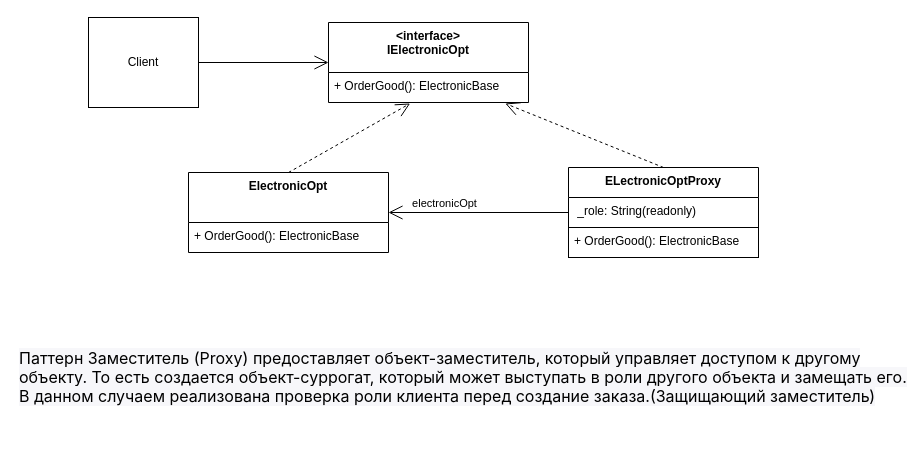
This is Диаграмма без названия2.drawio from FoodForPowder/OOAP1, a draw.io file, before an edit. Source tidied: cells renumbered, new cells numbered last; positions are measured from the earlier drawing's top-left corner, leaving out a move shared by most shapes. Both pictures are drawn from the tidied source at 100%, with x=0, y=0 at pixel (17, 17).
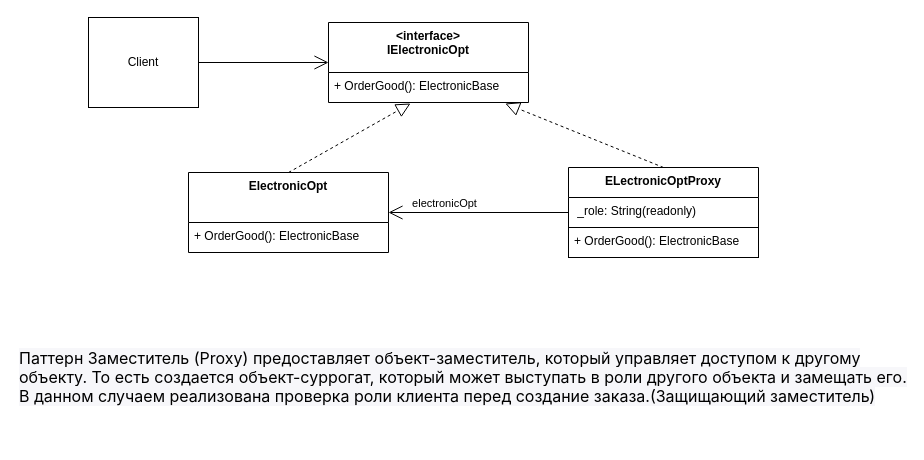
After the change.

Commit message:
Поменял стрелки

What changed in the source:
```diff
@@
 <mxGraphModel>
   <root>
     <mxCell id="0" />
     <mxCell id="1" parent="0" />
     <mxCell id="2" value="&amp;lt;interface&amp;gt;&lt;div&gt;IElectronicOpt&lt;br&gt;&lt;/div&gt;" style="swimlane;fontStyle=1;align=center;verticalAlign=top;horizontal=1;startSize=50;whiteSpace=wrap;html=1;" parent="1" vertex="1">
       <mxGeometry x="311" y="5" width="200" height="80" as="geometry" />
     </mxCell>
     <mxCell id="3" value="+ OrderGood(): ElectronicBase" style="text;strokeColor=none;fillColor=none;align=left;verticalAlign=top;spacingLeft=4;spacingRight=4;overflow=hidden;points=[[0,0.5],[1,0.5]];portConstraint=eastwest;whiteSpace=wrap;html=1;" parent="2" vertex="1">
       <mxGeometry y="50" width="200" height="30" as="geometry" />
     </mxCell>
     <mxCell id="4" value="&lt;div&gt;ElectronicOpt&lt;br&gt;&lt;/div&gt;" style="swimlane;fontStyle=1;align=center;verticalAlign=top;horizontal=1;startSize=50;whiteSpace=wrap;html=1;" parent="1" vertex="1">
       <mxGeometry x="171" y="155" width="200" height="80" as="geometry" />
     </mxCell>
     <mxCell id="5" value="+ OrderGood(): ElectronicBase" style="text;strokeColor=none;fillColor=none;align=left;verticalAlign=top;spacingLeft=4;spacingRight=4;overflow=hidden;whiteSpace=wrap;html=1;" parent="4" vertex="1">
       <mxGeometry y="50" width="200" height="30" as="geometry" />
     </mxCell>
     <mxCell id="6" value="&lt;div&gt;ELectronicOptProxy&lt;br&gt;&lt;/div&gt;" style="swimlane;fontStyle=1;align=center;verticalAlign=top;horizontal=1;startSize=30;whiteSpace=wrap;html=1;" parent="1" vertex="1">
       <mxGeometry x="551" y="150" width="190" height="90" as="geometry" />
     </mxCell>
     <mxCell id="7" value="&amp;nbsp;_role: String(readonly)" style="text;strokeColor=none;fillColor=none;align=left;verticalAlign=top;spacingLeft=4;spacingRight=4;overflow=hidden;whiteSpace=wrap;html=1;" parent="6" vertex="1">
       <mxGeometry y="30" width="190" height="30" as="geometry" />
     </mxCell>
     <mxCell id="8" value="+ OrderGood(): ElectronicBase" style="text;strokeColor=default;fillColor=none;align=left;verticalAlign=top;spacingLeft=4;spacingRight=4;overflow=hidden;whiteSpace=wrap;html=1;strokeWidth=1;" parent="6" vertex="1">
       <mxGeometry y="60" width="190" height="30" as="geometry" />
     </mxCell>
-    <mxCell id="9" style="endArrow=open;endSize=12;dashed=1;html=1;rounded=0;exitX=0.5;exitY=0;exitDx=0;exitDy=0;entryX=0.408;entryY=1.033;entryDx=0;entryDy=0;entryPerimeter=0;" parent="1" edge="1" source="4" target="3">
-      <mxGeometry relative="1" as="geometry" />
+    <mxCell id="9" style="endArrow=block;endSize=12;dashed=1;html=1;rounded=0;exitX=0.5;exitY=0;exitDx=0;exitDy=0;endFill=0;" parent="1" edge="1" source="4">
+      <mxGeometry relative="1" as="geometry">
+        <mxPoint x="393" y="86" as="targetPoint" />
+      </mxGeometry>
     </mxCell>
-    <mxCell id="10" style="endArrow=open;endSize=12;dashed=1;html=1;rounded=0;exitX=0.5;exitY=0;exitDx=0;exitDy=0;entryX=0.884;entryY=1.033;entryDx=0;entryDy=0;entryPerimeter=0;" parent="1" edge="1" source="6" target="3">
+    <mxCell id="10" style="endArrow=block;endSize=12;dashed=1;html=1;rounded=0;exitX=0.5;exitY=0;exitDx=0;exitDy=0;entryX=0.884;entryY=1.033;entryDx=0;entryDy=0;entryPerimeter=0;endFill=0;" parent="1" edge="1" source="6" target="3">
       <mxGeometry relative="1" as="geometry" />
     </mxCell>
     <mxCell id="11" style="endArrow=open;endFill=1;endSize=12;html=1;rounded=0;exitX=0;exitY=0.5;exitDx=0;exitDy=0;entryX=1;entryY=0.5;entryDx=0;entryDy=0;" parent="1" edge="1" source="6" target="4">
       <mxGeometry relative="1" as="geometry" />
     </mxCell>
     <mxCell id="12" value="electronicOpt" style="edgeLabel;html=1;align=center;verticalAlign=middle;" parent="11" vertex="1">
       <mxGeometry x="0.01" y="-1" relative="1" as="geometry">
         <mxPoint x="-34" y="-9" as="offset" />
       </mxGeometry>
     </mxCell>
     <mxCell id="13" value="Client" style="html=1;whiteSpace=wrap;" parent="1" vertex="1">
       <mxGeometry x="71" width="110" height="90" as="geometry" />
     </mxCell>
     <mxCell id="14" style="endArrow=open;endFill=1;endSize=12;html=1;rounded=0;exitX=1;exitY=0.5;exitDx=0;exitDy=0;entryX=0;entryY=0.5;entryDx=0;entryDy=0;" parent="1" edge="1" source="13" target="2">
       <mxGeometry relative="1" as="geometry" />
     </mxCell>
     <mxCell id="15" value="&lt;span style=&quot;color: rgb(0, 0, 0); font-family: -apple-system, &amp;quot;system-ui&amp;quot;, Helvetica, Arial, sans-serif; font-size: 16px; font-style: normal; font-variant-ligatures: normal; font-variant-caps: normal; font-weight: 400; letter-spacing: normal; orphans: 2; text-align: start; text-indent: 0px; text-transform: none; widows: 2; word-spacing: 0px; -webkit-text-stroke-width: 0px; white-space: normal; background-color: rgb(247, 247, 250); text-decoration-thickness: initial; text-decoration-style: initial; text-decoration-color: initial; display: inline !important; float: none;&quot;&gt;Паттерн Заместитель (Proxy) предоставляет объект-заместитель, который управляет доступом к другому объекту. То есть создается объект-суррогат, который может выступать в роли другого объекта и замещать его. В данном случаем реализована проверка роли клиента перед создание заказа.(Защищающий заместитель)&lt;/span&gt;" style="text;whiteSpace=wrap;html=1;" parent="1" vertex="1">
       <mxGeometry y="325" width="890" height="100" as="geometry" />
     </mxCell>
   </root>
 </mxGraphModel>
```
